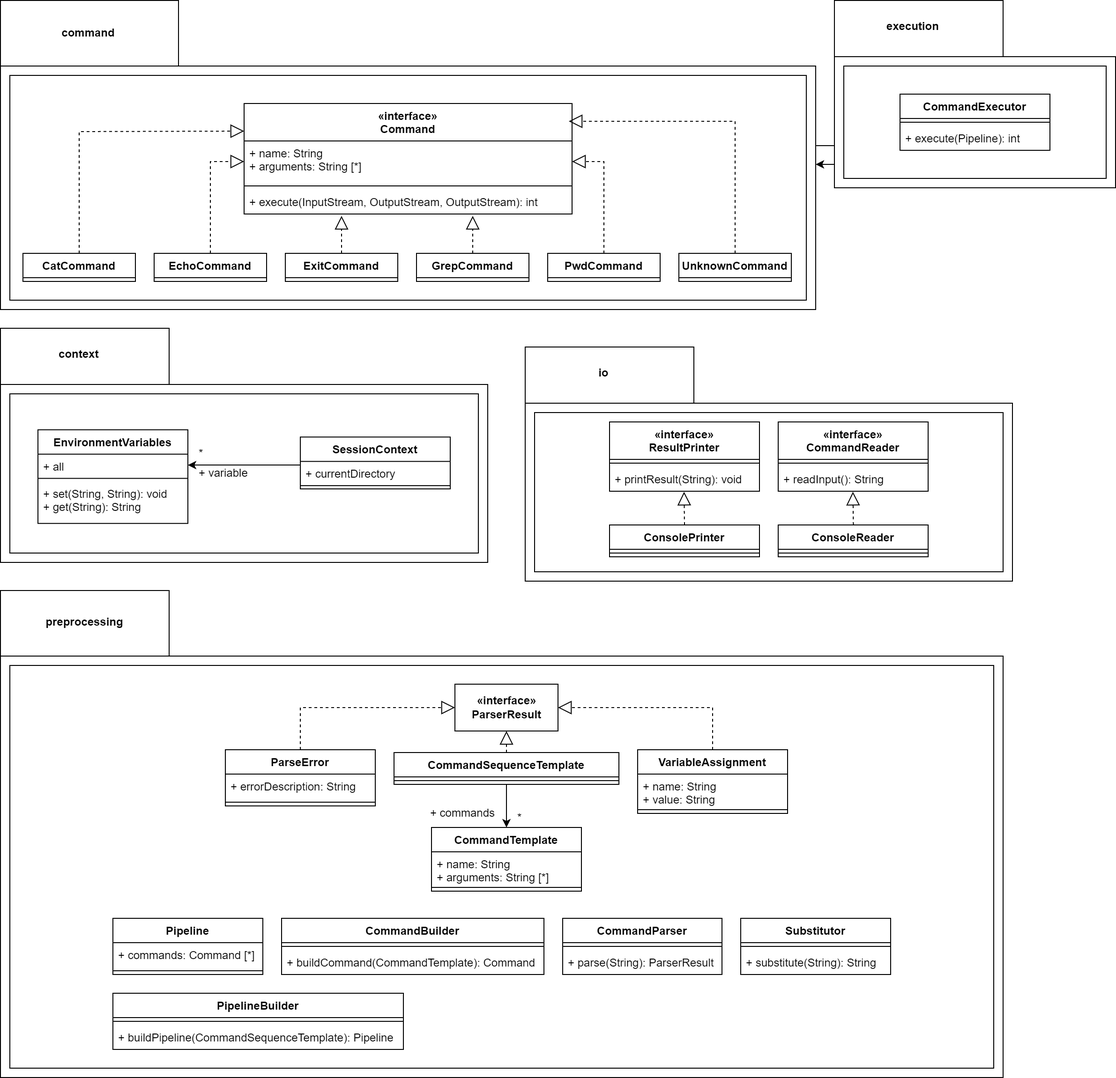
The draw.io diagram schemes/class-diagram.png in sergeypospelov/architecture-design-course-2022, before a commit. Source tidied: cells renumbered, new cells last; positions are measured from the earlier drawing's top-left corner, leaving out a move shared by most shapes.
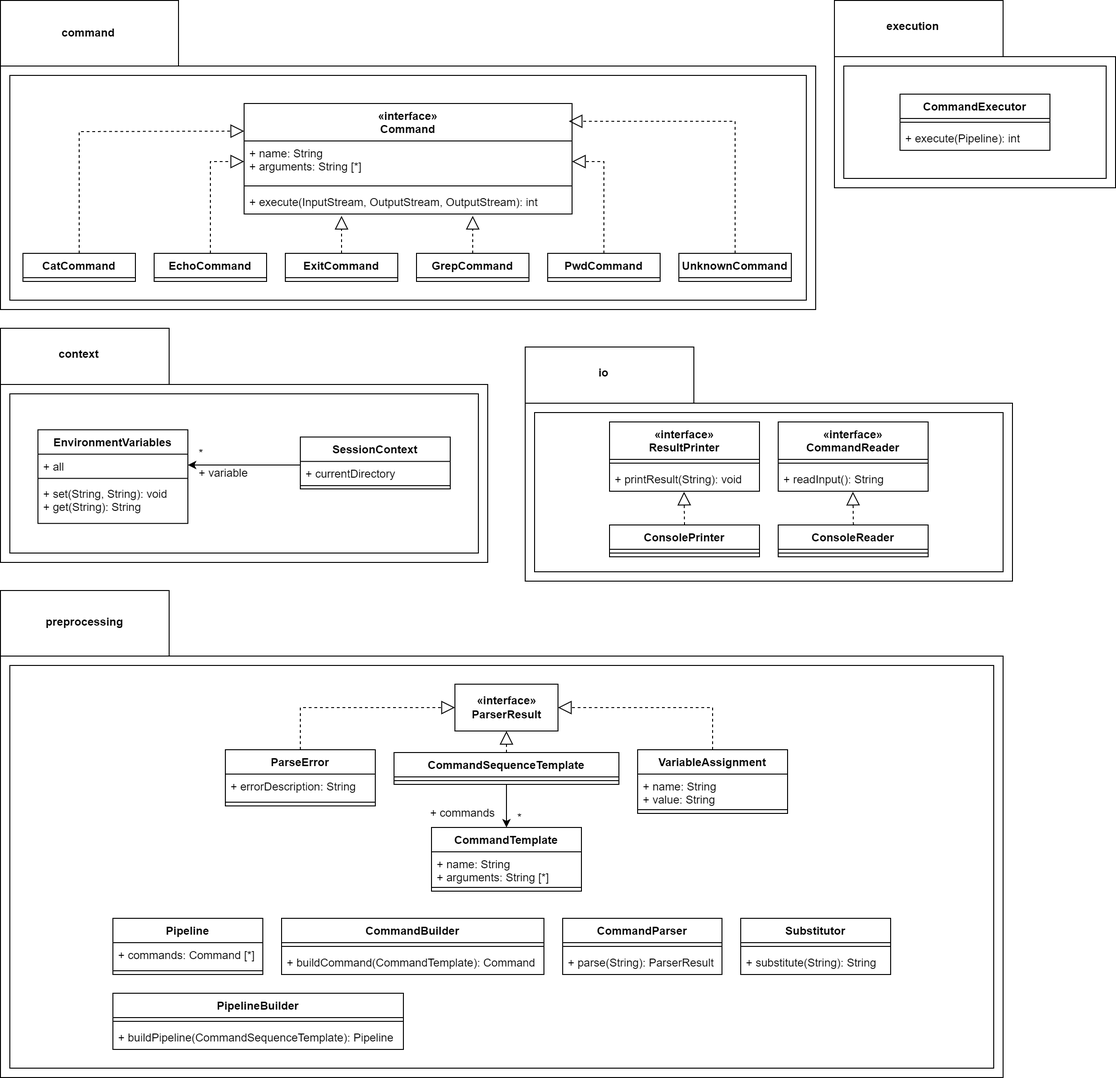
After the commit.

Commit message:
fix class diagram

Diff of the diagram source:
```diff
@@ -82,9 +82,6 @@
     <mxCell id="21" value="command" style="text;align=center;fontStyle=1;verticalAlign=middle;spacingLeft=3;spacingRight=3;strokeColor=none;" parent="2" vertex="1">
       <mxGeometry x="54" y="21" width="80" height="26" as="geometry" />
     </mxCell>
-    <mxCell id="22" style="edgeStyle=orthogonalEdgeStyle;rounded=0;orthogonalLoop=1;jettySize=auto;html=1;" parent="2" edge="1" source="3" target="3">
-      <mxGeometry relative="1" as="geometry" />
-    </mxCell>
     <mxCell id="23" style="group;" parent="1" vertex="1">
       <mxGeometry y="350" width="520" height="250" as="geometry" />
     </mxCell>
```
